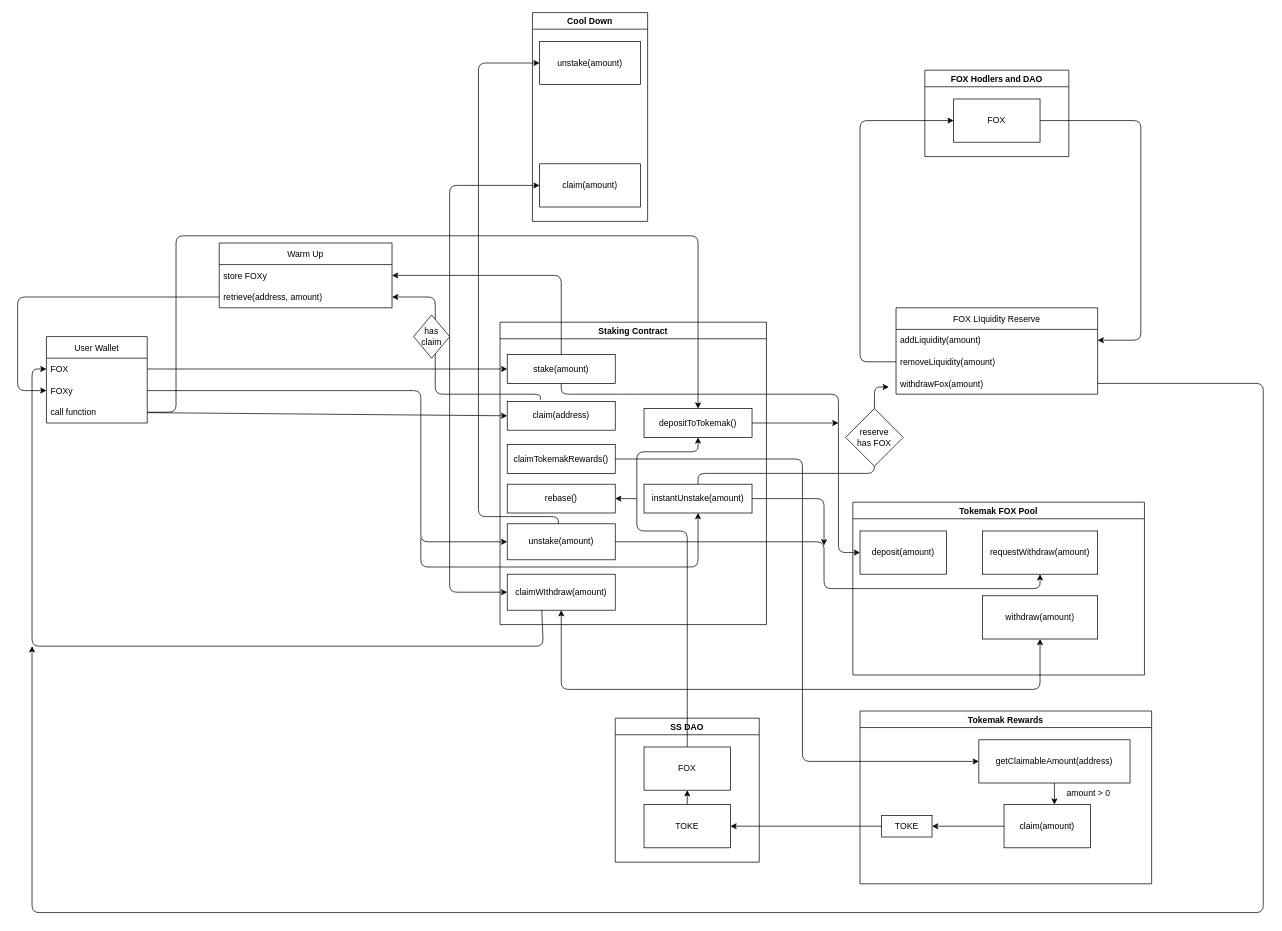
Earlier version of the draw.io diagram docs/images/foxy.drawio (shapeshift/yieldies). Source tidied: cells renumbered, new cells numbered last; positions are measured from the earlier drawing's top-left corner, leaving out a move shared by most shapes. Both pictures are drawn from the tidied source at 72%, with x=0, y=0 at pixel (17, 12).
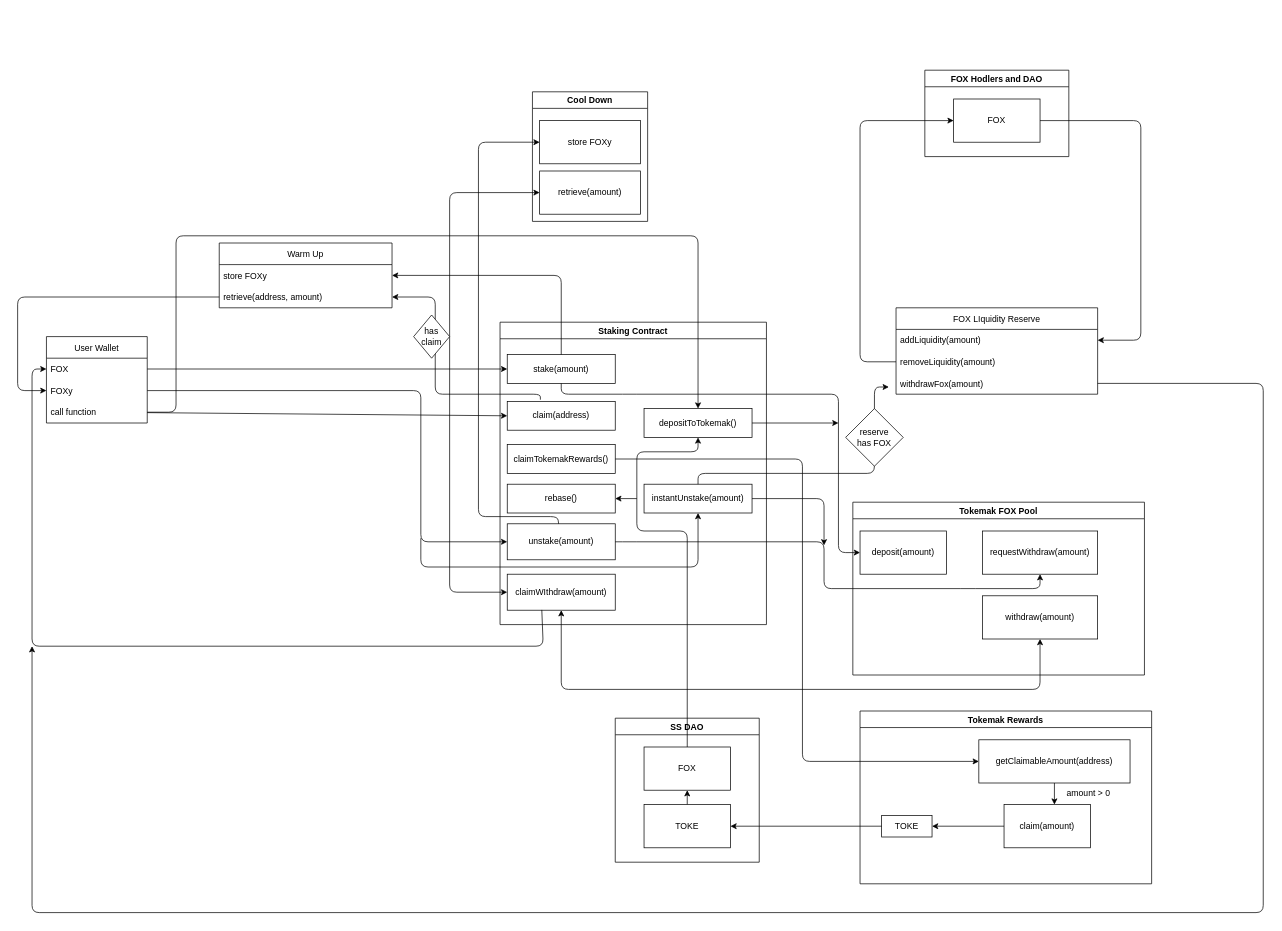
Above is the later version.

The change refers to these unchanged cells:
```xml
<mxCell id="7" value="unstake(amount)" style="rounded=0;whiteSpace=wrap;html=1;" parent="2" vertex="1">
  <mxGeometry x="10" y="280" width="150" height="50" as="geometry" />
</mxCell>
<mxCell id="10" value="claimWIthdraw(amount)" style="rounded=0;whiteSpace=wrap;html=1;" parent="2" vertex="1">
  <mxGeometry x="10" y="350" width="150" height="50" as="geometry" />
</mxCell>
```

The edit, as a diff of the source:
```diff
@@
     <mxCell id="16" value="Cool Down" style="swimlane;" parent="1" vertex="1">
-      <mxGeometry x="715" width="160" height="290" as="geometry" />
+      <mxGeometry x="715" y="110" width="160" height="180" as="geometry" />
     </mxCell>
-    <mxCell id="17" value="unstake(amount)" style="rounded=0;whiteSpace=wrap;html=1;" parent="16" vertex="1">
+    <mxCell id="17" value="store FOXy" style="rounded=0;whiteSpace=wrap;html=1;" parent="16" vertex="1">
       <mxGeometry x="10" y="40" width="140" height="60" as="geometry" />
     </mxCell>
-    <mxCell id="18" value="claim(amount)" style="rounded=0;whiteSpace=wrap;html=1;" parent="16" vertex="1">
-      <mxGeometry x="10" y="210" width="140" height="60" as="geometry" />
+    <mxCell id="18" value="retrieve(amount)" style="rounded=0;whiteSpace=wrap;html=1;" parent="16" vertex="1">
+      <mxGeometry x="10" y="110" width="140" height="60" as="geometry" />
     </mxCell>
@@
     <mxCell id="49" style="edgeStyle=none;html=1;entryX=0;entryY=0.5;entryDx=0;entryDy=0;" parent="1" edge="1" source="7" target="17">
       <mxGeometry relative="1" as="geometry">
         <Array as="points">
           <mxPoint x="750" y="700" />
           <mxPoint x="640" y="700" />
-          <mxPoint x="640" y="70" />
+          <mxPoint x="640" y="180" />
         </Array>
       </mxGeometry>
     </mxCell>
@@
     <mxCell id="51" style="endArrow=classic;startArrow=classic;html=1;exitX=0;exitY=0.5;exitDx=0;exitDy=0;entryX=0;entryY=0.5;entryDx=0;entryDy=0;" parent="1" edge="1" source="10" target="18">
       <mxGeometry relative="1" as="geometry">
         <Array as="points">
           <mxPoint x="600" y="805" />
-          <mxPoint x="600" y="240" />
+          <mxPoint x="600" y="250" />
         </Array>
       </mxGeometry>
     </mxCell>
```
